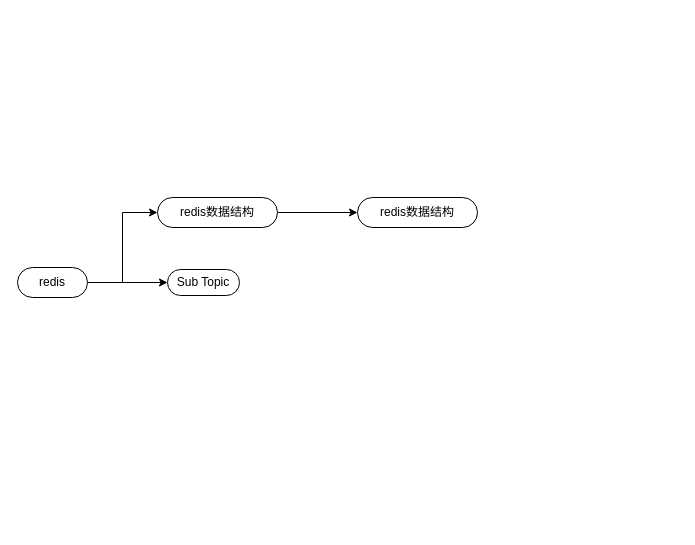
h641129959/design-pattern keeps this draw.io diagram as redis学习.drawio. Above is the earlier version. Source tidied: cells renumbered, new cells numbered last; positions are measured from the earlier drawing's top-left corner, leaving out a move shared by most shapes. Both pictures are drawn from the tidied source at 100%, with x=0, y=0 at pixel (17, 197).
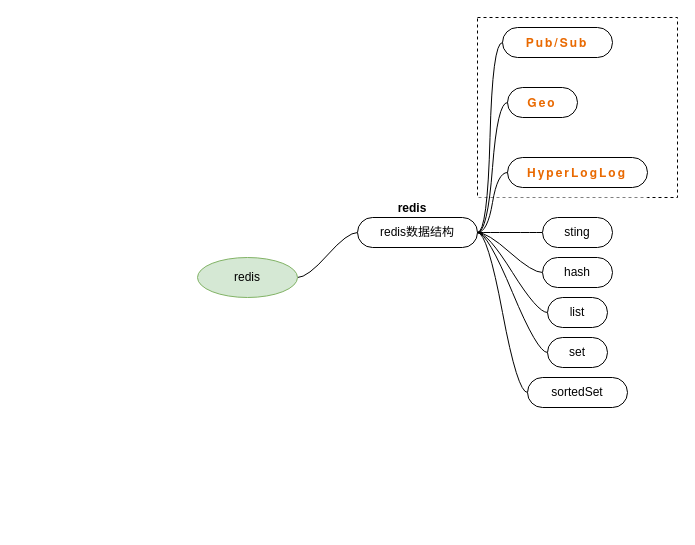
Above is the later version.

Diff of the diagram source:
```diff
@@
-    <mxCell id="2" style="edgeStyle=orthogonalEdgeStyle;rounded=0;jettySize=auto;html=1;entryX=0;entryY=0.5;entryDx=0;entryDy=0;" parent="1" edge="1" source="4" target="6">
-      <mxGeometry relative="1" as="geometry" />
-    </mxCell>
-    <mxCell id="3" style="edgeStyle=orthogonalEdgeStyle;rounded=0;jettySize=auto;html=1;exitX=1;exitY=0.5;exitDx=0;exitDy=0;entryX=0;entryY=0.5;entryDx=0;entryDy=0;" parent="1" edge="1" source="4" target="7">
-      <mxGeometry relative="1" as="geometry" />
-    </mxCell>
-    <mxCell id="4" value="redis" style="whiteSpace=wrap;html=1;rounded=1;arcSize=50;align=center;verticalAlign=middle;strokeWidth=1;spacing=4;newEdgeStyle={&quot;edgeStyle&quot;:&quot;entityRelationEdgeStyle&quot;,&quot;startArrow&quot;:&quot;none&quot;,&quot;endArrow&quot;:&quot;none&quot;,&quot;segment&quot;:10,&quot;curved&quot;:1};" parent="1" vertex="1">
-      <mxGeometry y="70" width="70" height="30" as="geometry" />
-    </mxCell>
-    <mxCell id="5" style="edgeStyle=orthogonalEdgeStyle;rounded=0;jettySize=auto;html=1;" parent="1" edge="1" source="6" target="8">
-      <mxGeometry relative="1" as="geometry" />
-    </mxCell>
-    <mxCell id="6" value="redis数据结构" style="whiteSpace=wrap;html=1;rounded=1;arcSize=50;align=center;verticalAlign=middle;strokeWidth=1;spacing=4;newEdgeStyle={&quot;edgeStyle&quot;:&quot;entityRelationEdgeStyle&quot;,&quot;startArrow&quot;:&quot;none&quot;,&quot;endArrow&quot;:&quot;none&quot;,&quot;segment&quot;:10,&quot;curved&quot;:1};" parent="1" vertex="1">
-      <mxGeometry x="140" width="120" height="30" as="geometry" />
-    </mxCell>
-    <mxCell id="7" value="Sub Topic" style="whiteSpace=wrap;html=1;rounded=1;arcSize=50;align=center;verticalAlign=middle;strokeWidth=1;spacing=4;newEdgeStyle={&quot;edgeStyle&quot;:&quot;entityRelationEdgeStyle&quot;,&quot;startArrow&quot;:&quot;none&quot;,&quot;endArrow&quot;:&quot;none&quot;,&quot;segment&quot;:10,&quot;curved&quot;:1};" parent="1" vertex="1">
-      <mxGeometry x="150" y="72" width="72" height="26" as="geometry" />
-    </mxCell>
-    <mxCell id="8" value="redis数据结构" style="whiteSpace=wrap;html=1;rounded=1;arcSize=50;align=center;verticalAlign=middle;strokeWidth=1;spacing=4;newEdgeStyle={&quot;edgeStyle&quot;:&quot;entityRelationEdgeStyle&quot;,&quot;startArrow&quot;:&quot;none&quot;,&quot;endArrow&quot;:&quot;none&quot;,&quot;segment&quot;:10,&quot;curved&quot;:1};" parent="1" vertex="1">
-      <mxGeometry x="340" width="120" height="30" as="geometry" />
-    </mxCell>
+    <mxCell id="9" style="verticalLabelPosition=bottom;verticalAlign=top;html=1;shape=mxgraph.basic.rect;fillColor2=none;strokeWidth=1;size=20;indent=5;dashed=1;" parent="1" vertex="1">
+      <mxGeometry x="460" y="-180" width="200" height="180" as="geometry" />
+    </mxCell>
+    <mxCell id="10" value="redis" style="swimlane;startSize=20;horizontal=1;containerType=tree;strokeColor=none;" parent="1" vertex="1">
+      <mxGeometry x="160" width="470" height="330" as="geometry" />
+    </mxCell>
+    <mxCell id="11" style="edgeStyle=entityRelationEdgeStyle;startArrow=none;endArrow=none;segment=10;curved=1;rounded=0;" parent="10" edge="1" source="12" target="13">
+      <mxGeometry relative="1" as="geometry" />
+    </mxCell>
+    <mxCell id="12" value="redis" style="ellipse;whiteSpace=wrap;html=1;align=center;newEdgeStyle={&quot;edgeStyle&quot;:&quot;entityRelationEdgeStyle&quot;,&quot;startArrow&quot;:&quot;none&quot;,&quot;endArrow&quot;:&quot;none&quot;,&quot;segment&quot;:10,&quot;curved&quot;:1};fillColor=#d5e8d4;strokeColor=#82b366;" parent="10" vertex="1">
+      <mxGeometry x="20" y="60" width="100" height="40" as="geometry" />
+    </mxCell>
+    <mxCell id="13" value="redis数据结构" style="whiteSpace=wrap;html=1;rounded=1;arcSize=50;align=center;verticalAlign=middle;strokeWidth=1;spacing=4;newEdgeStyle={&quot;edgeStyle&quot;:&quot;entityRelationEdgeStyle&quot;,&quot;startArrow&quot;:&quot;none&quot;,&quot;endArrow&quot;:&quot;none&quot;,&quot;segment&quot;:10,&quot;curved&quot;:1};" parent="10" vertex="1">
+      <mxGeometry x="180" y="20" width="120" height="30" as="geometry" />
+    </mxCell>
+    <mxCell id="14" style="edgeStyle=entityRelationEdgeStyle;startArrow=none;endArrow=none;segment=10;curved=1;rounded=0;" parent="10" edge="1" source="13" target="15">
+      <mxGeometry relative="1" as="geometry" />
+    </mxCell>
+    <mxCell id="15" value="sting" style="whiteSpace=wrap;html=1;rounded=1;arcSize=50;align=center;verticalAlign=middle;strokeWidth=1;spacing=4;newEdgeStyle={&quot;edgeStyle&quot;:&quot;entityRelationEdgeStyle&quot;,&quot;startArrow&quot;:&quot;none&quot;,&quot;endArrow&quot;:&quot;none&quot;,&quot;segment&quot;:10,&quot;curved&quot;:1};" parent="10" vertex="1">
+      <mxGeometry x="365" y="20" width="70" height="30" as="geometry" />
+    </mxCell>
+    <mxCell id="16" style="edgeStyle=entityRelationEdgeStyle;startArrow=none;endArrow=none;segment=10;curved=1;rounded=0;" parent="10" edge="1" source="13" target="17">
+      <mxGeometry relative="1" as="geometry" />
+    </mxCell>
+    <mxCell id="17" value="hash" style="whiteSpace=wrap;html=1;rounded=1;arcSize=50;align=center;verticalAlign=middle;strokeWidth=1;spacing=4;newEdgeStyle={&quot;edgeStyle&quot;:&quot;entityRelationEdgeStyle&quot;,&quot;startArrow&quot;:&quot;none&quot;,&quot;endArrow&quot;:&quot;none&quot;,&quot;segment&quot;:10,&quot;curved&quot;:1};" parent="10" vertex="1">
+      <mxGeometry x="365" y="60" width="70" height="30" as="geometry" />
+    </mxCell>
+    <mxCell id="18" style="edgeStyle=entityRelationEdgeStyle;startArrow=none;endArrow=none;segment=10;curved=1;rounded=0;" parent="10" edge="1" source="13" target="19">
+      <mxGeometry relative="1" as="geometry" />
+    </mxCell>
+    <mxCell id="19" value="list" style="whiteSpace=wrap;html=1;rounded=1;arcSize=50;align=center;verticalAlign=middle;strokeWidth=1;spacing=4;newEdgeStyle={&quot;edgeStyle&quot;:&quot;entityRelationEdgeStyle&quot;,&quot;startArrow&quot;:&quot;none&quot;,&quot;endArrow&quot;:&quot;none&quot;,&quot;segment&quot;:10,&quot;curved&quot;:1};" parent="10" vertex="1">
+      <mxGeometry x="370" y="100" width="60" height="30" as="geometry" />
+    </mxCell>
+    <mxCell id="20" style="edgeStyle=entityRelationEdgeStyle;startArrow=none;endArrow=none;segment=10;curved=1;rounded=0;" parent="10" edge="1" source="13" target="21">
+      <mxGeometry relative="1" as="geometry" />
+    </mxCell>
+    <mxCell id="21" value="set" style="whiteSpace=wrap;html=1;rounded=1;arcSize=50;align=center;verticalAlign=middle;strokeWidth=1;spacing=4;newEdgeStyle={&quot;edgeStyle&quot;:&quot;entityRelationEdgeStyle&quot;,&quot;startArrow&quot;:&quot;none&quot;,&quot;endArrow&quot;:&quot;none&quot;,&quot;segment&quot;:10,&quot;curved&quot;:1};" parent="10" vertex="1">
+      <mxGeometry x="370" y="140" width="60" height="30" as="geometry" />
+    </mxCell>
+    <mxCell id="22" style="edgeStyle=entityRelationEdgeStyle;startArrow=none;endArrow=none;segment=10;curved=1;rounded=0;" parent="10" edge="1" source="13" target="23">
+      <mxGeometry relative="1" as="geometry" />
+    </mxCell>
+    <mxCell id="23" value="sortedSet" style="whiteSpace=wrap;html=1;rounded=1;arcSize=50;align=center;verticalAlign=middle;strokeWidth=1;spacing=4;newEdgeStyle={&quot;edgeStyle&quot;:&quot;entityRelationEdgeStyle&quot;,&quot;startArrow&quot;:&quot;none&quot;,&quot;endArrow&quot;:&quot;none&quot;,&quot;segment&quot;:10,&quot;curved&quot;:1};" parent="10" vertex="1">
+      <mxGeometry x="350" y="180" width="100" height="30" as="geometry" />
+    </mxCell>
+    <mxCell id="24" value="&lt;strong style=&quot;margin: 0px; padding: 0px; outline: 0px; max-width: 100%; font-family: &amp;quot;Helvetica Neue&amp;quot;, Helvetica, &amp;quot;Hiragino Sans GB&amp;quot;, &amp;quot;Microsoft YaHei&amp;quot;, Arial, sans-serif; font-size: inherit; letter-spacing: 2px; text-align: justify; word-spacing: 2px; background-color: rgb(255, 255, 255); line-height: inherit; color: rgb(233, 105, 0); box-sizing: border-box !important; overflow-wrap: break-word !important;&quot;&gt;HyperLogLog&lt;/strong&gt;" style="whiteSpace=wrap;html=1;rounded=1;arcSize=50;align=center;verticalAlign=middle;strokeWidth=1;spacing=4;newEdgeStyle={&quot;edgeStyle&quot;:&quot;entityRelationEdgeStyle&quot;,&quot;startArrow&quot;:&quot;none&quot;,&quot;endArrow&quot;:&quot;none&quot;,&quot;segment&quot;:10,&quot;curved&quot;:1};" parent="1" vertex="1">
+      <mxGeometry x="490" y="-40" width="140" height="30" as="geometry" />
+    </mxCell>
+    <mxCell id="25" style="edgeStyle=entityRelationEdgeStyle;startArrow=none;endArrow=none;segment=10;curved=1;rounded=0;" parent="1" edge="1" source="13" target="24">
+      <mxGeometry relative="1" as="geometry" />
+    </mxCell>
+    <mxCell id="26" value="&lt;strong style=&quot;margin: 0px; padding: 0px; outline: 0px; max-width: 100%; font-family: &amp;quot;Helvetica Neue&amp;quot;, Helvetica, &amp;quot;Hiragino Sans GB&amp;quot;, &amp;quot;Microsoft YaHei&amp;quot;, Arial, sans-serif; font-size: inherit; letter-spacing: 2px; text-align: justify; word-spacing: 2px; background-color: rgb(255, 255, 255); line-height: inherit; color: rgb(233, 105, 0); box-sizing: border-box !important; overflow-wrap: break-word !important;&quot;&gt;Geo&lt;/strong&gt;" style="whiteSpace=wrap;html=1;rounded=1;arcSize=50;align=center;verticalAlign=middle;strokeWidth=1;spacing=4;newEdgeStyle={&quot;edgeStyle&quot;:&quot;entityRelationEdgeStyle&quot;,&quot;startArrow&quot;:&quot;none&quot;,&quot;endArrow&quot;:&quot;none&quot;,&quot;segment&quot;:10,&quot;curved&quot;:1};" parent="1" vertex="1">
+      <mxGeometry x="490" y="-110" width="70" height="30" as="geometry" />
+    </mxCell>
+    <mxCell id="27" style="edgeStyle=entityRelationEdgeStyle;startArrow=none;endArrow=none;segment=10;curved=1;rounded=0;" parent="1" edge="1" source="13" target="26">
+      <mxGeometry relative="1" as="geometry" />
+    </mxCell>
+    <mxCell id="28" value="&lt;strong style=&quot;margin: 0px; padding: 0px; outline: 0px; max-width: 100%; font-family: &amp;quot;Helvetica Neue&amp;quot;, Helvetica, &amp;quot;Hiragino Sans GB&amp;quot;, &amp;quot;Microsoft YaHei&amp;quot;, Arial, sans-serif; font-size: inherit; letter-spacing: 2px; text-align: justify; word-spacing: 2px; background-color: rgb(255, 255, 255); line-height: inherit; color: rgb(233, 105, 0); box-sizing: border-box !important; overflow-wrap: break-word !important;&quot;&gt;Pub/Sub&lt;/strong&gt;" style="whiteSpace=wrap;html=1;rounded=1;arcSize=50;align=center;verticalAlign=middle;strokeWidth=1;spacing=4;newEdgeStyle={&quot;edgeStyle&quot;:&quot;entityRelationEdgeStyle&quot;,&quot;startArrow&quot;:&quot;none&quot;,&quot;endArrow&quot;:&quot;none&quot;,&quot;segment&quot;:10,&quot;curved&quot;:1};" parent="1" vertex="1">
+      <mxGeometry x="485" y="-170" width="110" height="30" as="geometry" />
+    </mxCell>
+    <mxCell id="29" style="edgeStyle=entityRelationEdgeStyle;startArrow=none;endArrow=none;segment=10;curved=1;rounded=0;" parent="1" edge="1" source="13" target="28">
+      <mxGeometry relative="1" as="geometry" />
+    </mxCell>
```
